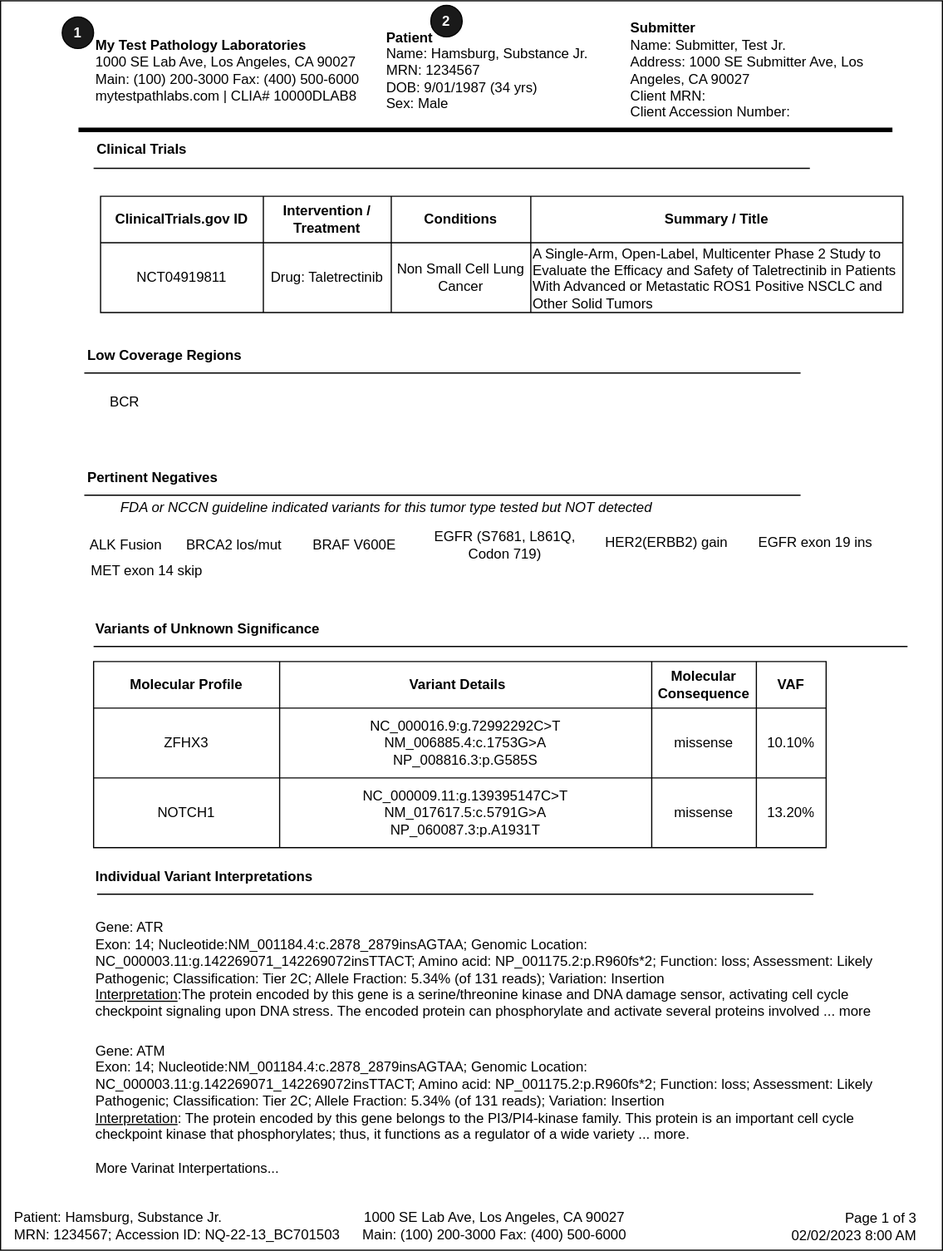
HL7/genomics-reporting keeps this draw.io diagram as input/images/Report_Page3.svg. Above is the earlier version. Source tidied: cells renumbered, new cells last; positions are measured from the earlier drawing's top-left corner, leaving out a move shared by most shapes.
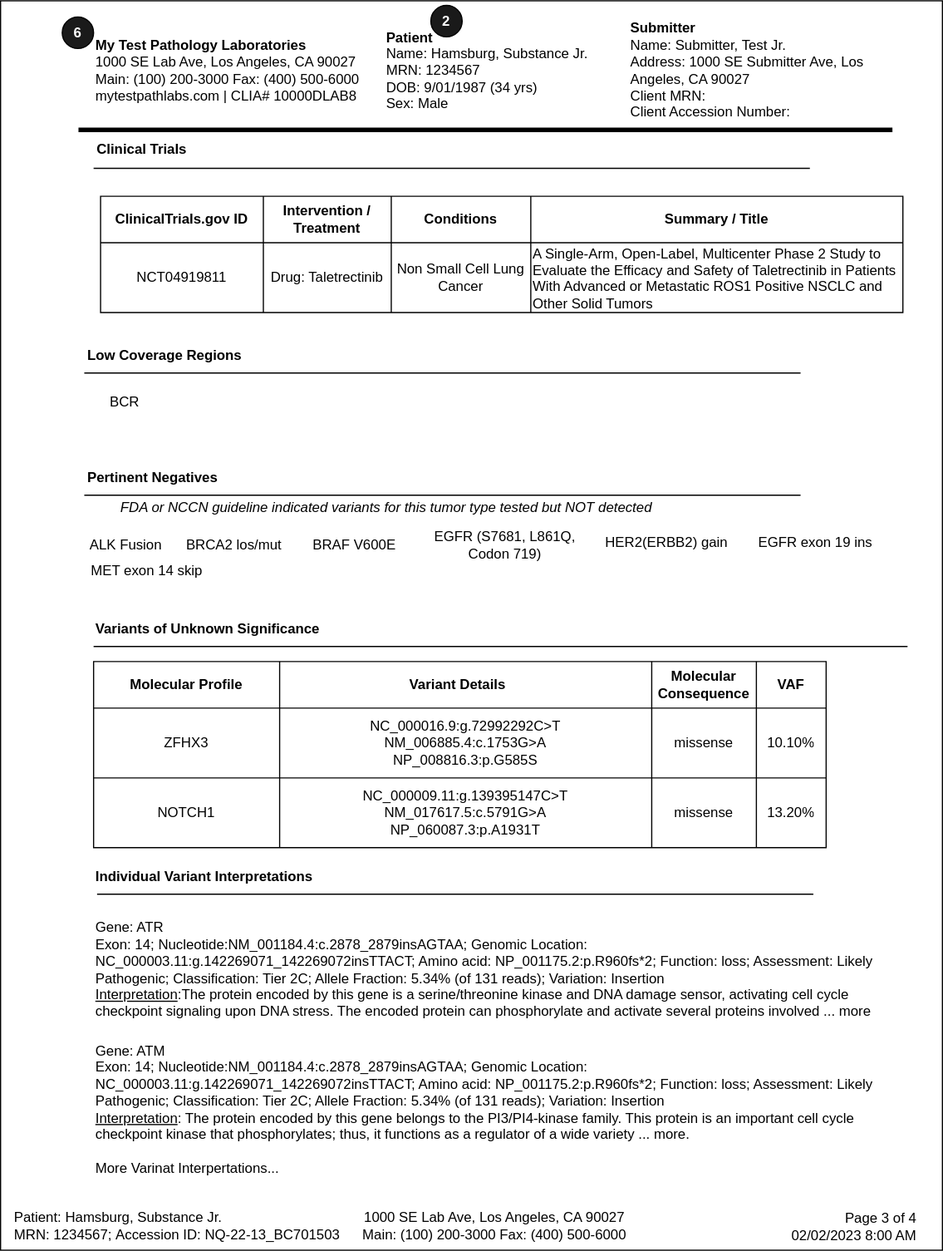
The same file after the commit.

Commit message:
Updates to somatic guidance page

What changed in the source:
```diff
@@ -29,10 +29,10 @@
     <mxCell id="9" value="1000 SE Lab Ave, Los Angeles, CA 90027&lt;br style=&quot;border-color: var(--border-color);&quot;&gt;&lt;div style=&quot;&quot;&gt;&lt;span style=&quot;background-color: initial;&quot;&gt;Main: (100) 200-3000 Fax: (400) 500-6000&lt;/span&gt;&lt;/div&gt;" style="text;html=1;strokeColor=none;fillColor=none;align=center;verticalAlign=middle;whiteSpace=wrap;rounded=0;" parent="1" vertex="1">
       <mxGeometry x="300" y="1033" width="250" height="40" as="geometry" />
     </mxCell>
-    <mxCell id="10" value="&amp;nbsp;Page 1 of 3&lt;br style=&quot;border-color: var(--border-color);&quot;&gt;02/02/2023 8:00 AM" style="text;html=1;strokeColor=none;fillColor=none;align=right;verticalAlign=middle;whiteSpace=wrap;rounded=0;" parent="1" vertex="1">
+    <mxCell id="10" value="&amp;nbsp;Page 3 of 4&lt;br style=&quot;border-color: var(--border-color);&quot;&gt;02/02/2023 8:00 AM" style="text;html=1;strokeColor=none;fillColor=none;align=right;verticalAlign=middle;whiteSpace=wrap;rounded=0;" parent="1" vertex="1">
       <mxGeometry x="670" y="1034" width="120" height="40" as="geometry" />
     </mxCell>
-    <mxCell id="11" value="&lt;font color=&quot;#ffffff&quot; style=&quot;font-size: 12px;&quot;&gt;&lt;b&gt;1&lt;/b&gt;&lt;/font&gt;" style="ellipse;whiteSpace=wrap;html=1;fillColor=#1A1A1A;direction=south;" parent="1" vertex="1">
+    <mxCell id="11" value="&lt;font color=&quot;#ffffff&quot; style=&quot;font-size: 12px;&quot;&gt;&lt;b&gt;6&lt;/b&gt;&lt;/font&gt;" style="ellipse;whiteSpace=wrap;html=1;fillColor=#1A1A1A;direction=south;" parent="1" vertex="1">
       <mxGeometry x="53" y="14" width="27" height="27" as="geometry" />
     </mxCell>
     <mxCell id="12" value="&lt;font color=&quot;#ffffff&quot; style=&quot;font-size: 12px;&quot;&gt;&lt;b&gt;2&lt;/b&gt;&lt;/font&gt;" style="ellipse;whiteSpace=wrap;html=1;fillColor=#1A1A1A;direction=south;" parent="1" vertex="1">
```
